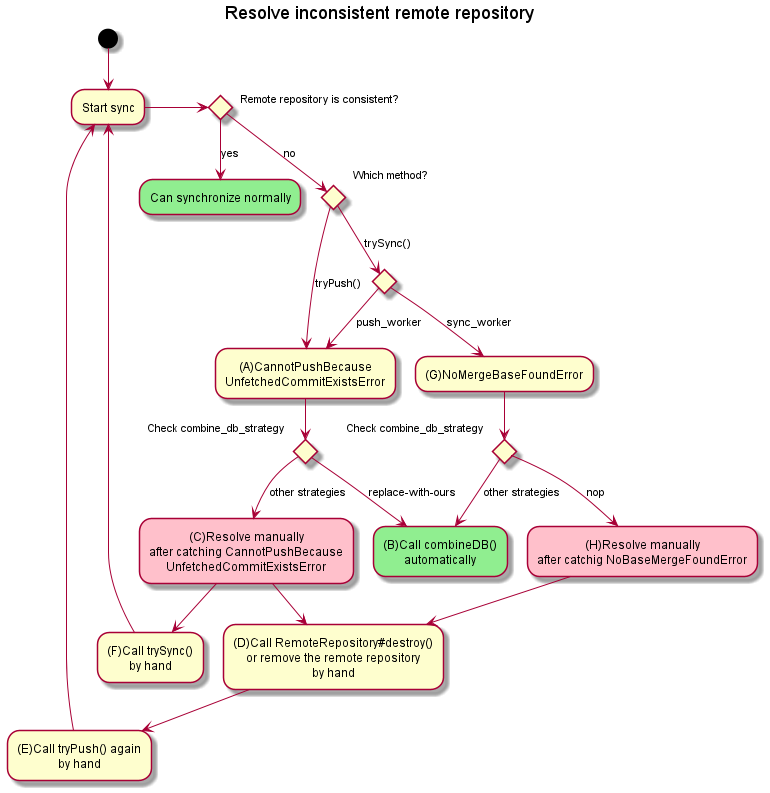
The PlantUML diagram out/docs/resolve_inconsistent_remote_repository/resolve_inconsistent_remote_repository.png in sosuisen/git-documentdb, before a commit.
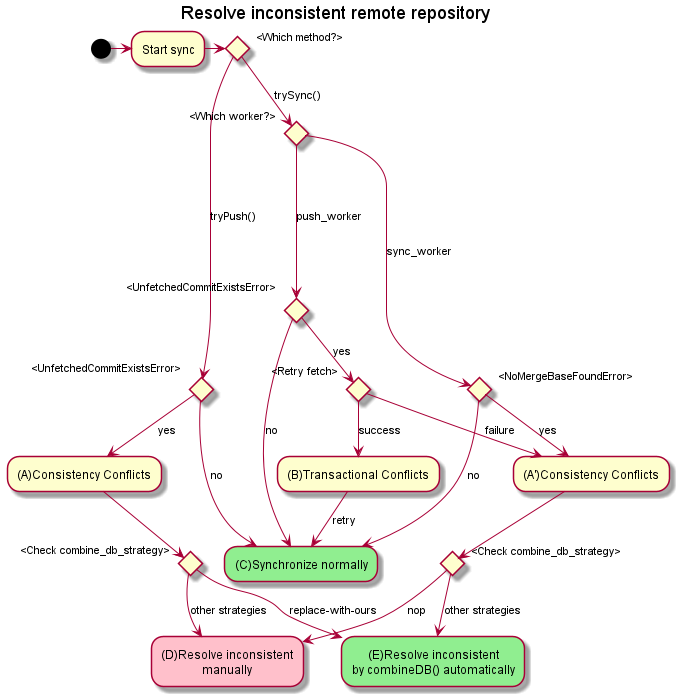
Above is the later version.

Commit message:
fix: fix dialgram for resolving consisntency conflicts

What changed in the source:
```diff
@@ -4,35 +4,41 @@
   BackgroundColor<< Succeeded >> lightgreen
   BackgroundColor<< Failed >> pink
 }
-(*) --> "Start sync"
--left-> if "Remote repository is consistent?"
-  -->[yes] "Can synchronize normally" << Succeeded >>
-else
-  -->[no] if "Which method?"
-    -down->[tryPush()] "(A)CannotPushBecause\nUnfetchedCommitExistsError"
-    if "Check combine_db_strategy" then
-      -->[other strategies] "(C)Resolve manually\nafter catching CannotPushBecause\nUnfetchedCommitExistsError" << Failed >>
-          --> "(D)Call RemoteRepository#destroy()\nor remove the remote repository\nby hand"
-          --> "(E)Call tryPush() again\nby hand"
-          -up-> "Start sync"
-
-          "(C)Resolve manually\nafter catching CannotPushBecause\nUnfetchedCommitExistsError" --> "(F)Call trySync()\nby hand"
-          -up-> "Start sync"
+(*) -> "Start sync"
+  ->if "<Which method?>" then
+    -->[tryPush()] if "<UnfetchedCommitExistsError>"
+        -->[no] "(C)Synchronize normally"
+      else
+        -->[yes] "(A)Consistency Conflicts"
+        if "<Check combine_db_strategy>" then
+          -->[other strategies] "(D)Resolve inconsistent\nmanually" << Failed >>
+        else
+          -->[replace-with-ours] "(E)Resolve inconsistent\nby combineDB() automatically"
+        endif
+      endif
     else
-      -->[replace-with-ours] "(B)Call combineDB()\nautomatically"
-    endif
-  else
-    -down->[trySync()] if "" then
-      -->[push_worker] "(A)CannotPushBecause\nUnfetchedCommitExistsError"
+      -->[trySync()] if "<Which worker?>" then
+        ---->[push_worker] if "<UnfetchedCommitExistsError>"
+        -->[no] "(C)Synchronize normally"
+      else
+        -->[yes] if "<Retry fetch>" then
+          -->[failure] "(A')Consistency Conflicts"
+        else
+          -->[success] "(B)Transactional Conflicts"
+          -->[retry] "(C)Synchronize normally" <<Succeeded>>
+        endif
+      endif
     else
-      -->[sync_worker] "(G)NoMergeBaseFoundError"
-      if "Check combine_db_strategy" then
-        -->[nop] "(H)Resolve manually\nafter catchig NoBaseMergeFoundError" << Failed >>
-        --> "(D)Call RemoteRepository#destroy()\nor remove the remote repository\nby hand"
+      -->[sync_worker] if "<NoMergeBaseFoundError>"
+        -->[no] "(C)Synchronize normally"
       else
-        -->[other strategies] "(B)Call combineDB()\nautomatically" << Succeeded >>
+        -->[yes] "(A')Consistency Conflicts"
+        -->if "<Check combine_db_strategy>" then
+          -->[nop] "(D)Resolve inconsistent\nmanually" << Failed >>
+        else
+          -->[other strategies] "(E)Resolve inconsistent\nby combineDB() automatically" << Succeeded >>
+        endif
       endif
     endif
-  endif
 endif
 @enduml
```
